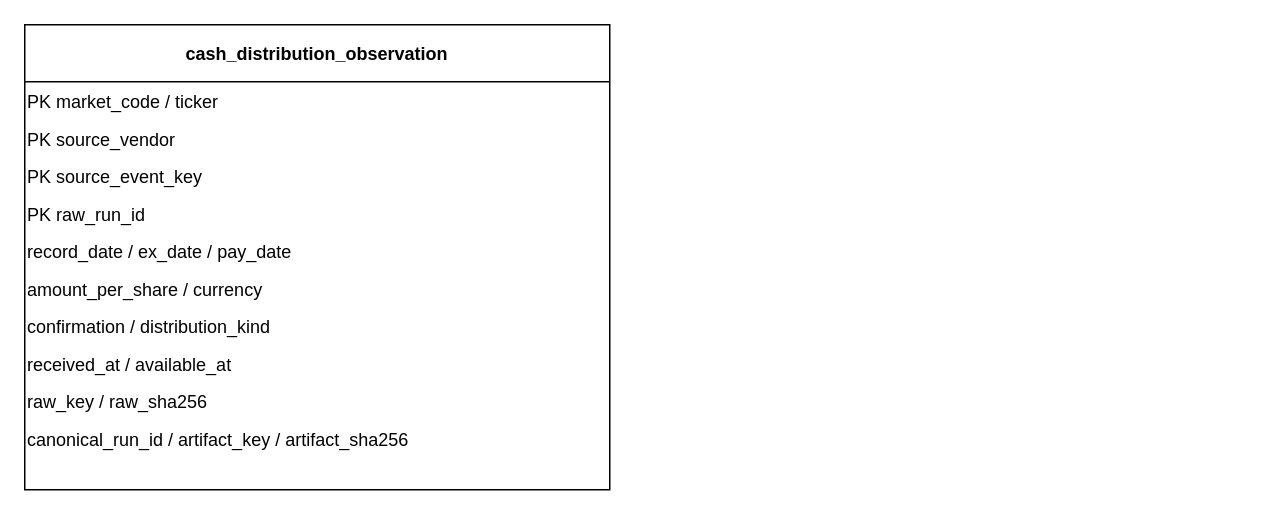
Before: docs/data-model/domains/distributions/erd.drawio in alphaeveryday/edge, a draw.io diagram. Source tidied: cells renumbered, new cells numbered last; positions are measured from the earlier drawing's top-left corner, leaving out a move shared by most shapes. Both pictures are drawn from the tidied source at 150%, with x=0, y=0 at pixel (24, 24).
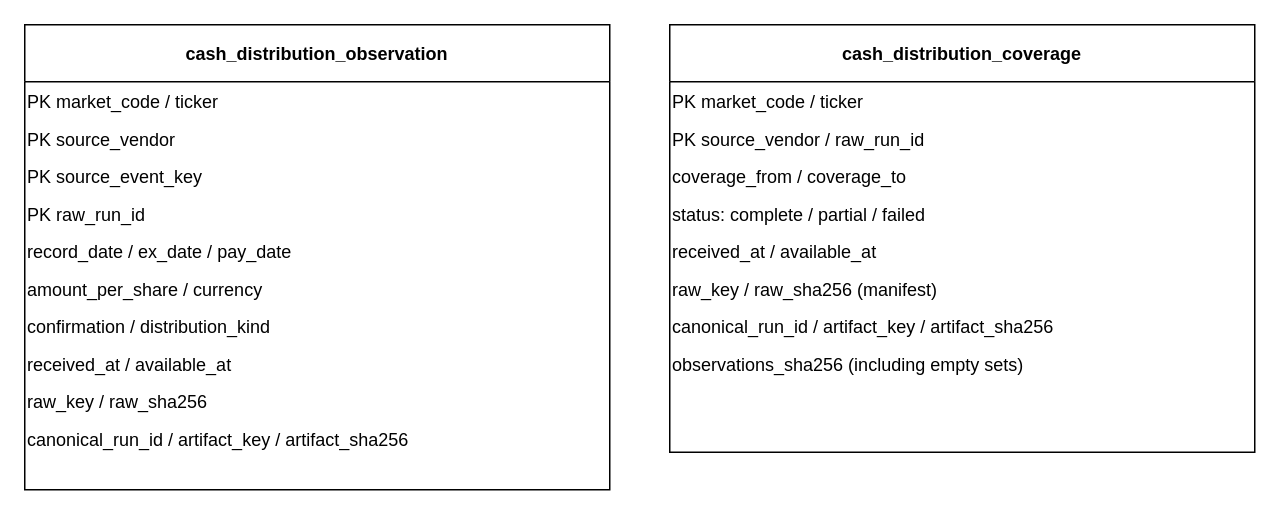
The same diagram, later.

Change to the diagram source:
```diff
@@
+    <mxCell id="13" value="cash_distribution_coverage" style="swimlane;html=0;startSize=38;" parent="1" vertex="1">
+      <mxGeometry x="430" width="390" height="285" as="geometry" />
+    </mxCell>
+    <mxCell id="14" value="PK market_code / ticker" style="text;html=0;" parent="13" vertex="1">
+      <mxGeometry y="38" width="390" height="25" as="geometry" />
+    </mxCell>
+    <mxCell id="15" value="PK source_vendor / raw_run_id" style="text;html=0;" parent="13" vertex="1">
+      <mxGeometry y="63" width="390" height="25" as="geometry" />
+    </mxCell>
+    <mxCell id="16" value="coverage_from / coverage_to" style="text;html=0;" parent="13" vertex="1">
+      <mxGeometry y="88" width="390" height="25" as="geometry" />
+    </mxCell>
+    <mxCell id="17" value="status: complete / partial / failed" style="text;html=0;" parent="13" vertex="1">
+      <mxGeometry y="113" width="390" height="25" as="geometry" />
+    </mxCell>
+    <mxCell id="18" value="received_at / available_at" style="text;html=0;" parent="13" vertex="1">
+      <mxGeometry y="138" width="390" height="25" as="geometry" />
+    </mxCell>
+    <mxCell id="19" value="raw_key / raw_sha256 (manifest)" style="text;html=0;" parent="13" vertex="1">
+      <mxGeometry y="163" width="390" height="25" as="geometry" />
+    </mxCell>
+    <mxCell id="20" value="canonical_run_id / artifact_key / artifact_sha256" style="text;html=0;" parent="13" vertex="1">
+      <mxGeometry y="188" width="390" height="25" as="geometry" />
+    </mxCell>
+    <mxCell id="21" value="observations_sha256 (including empty sets)" style="text;html=0;" parent="13" vertex="1">
+      <mxGeometry y="213" width="390" height="25" as="geometry" />
+    </mxCell>
```
